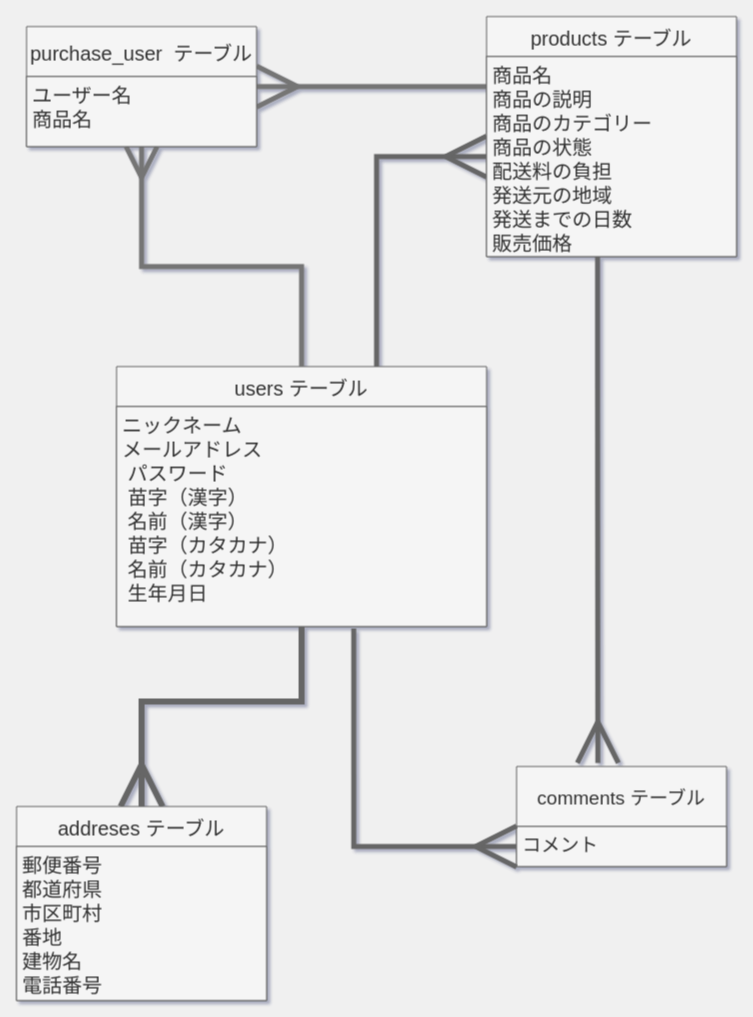
Earlier version of the draw.io diagram furima.dio (bhwi0015/furima-35725). Source tidied: cells renumbered, new cells numbered last; positions are measured from the earlier drawing's top-left corner, leaving out a move shared by most shapes. Both pictures are drawn from the tidied source at 100%, with x=0, y=0 at pixel (16, 16).
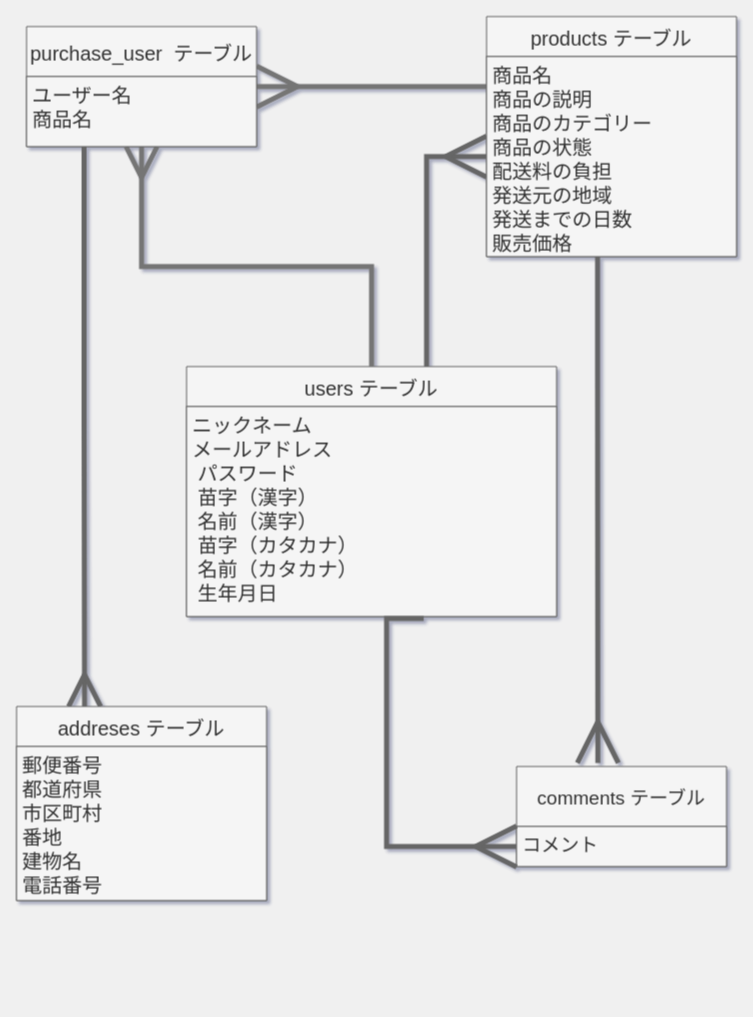
The same page after the edit.

Unchanged cells that the change refers to:
```xml
<mxCell id="10" value="商品名&#10;商品の説明 &#10;商品のカテゴリー&#10;商品の状態&#10;配送料の負担&#10;発送元の地域&#10;発送までの日数&#10;販売価格" style="text;strokeColor=#666666;fillColor=#f5f5f5;spacingLeft=4;spacingRight=4;overflow=hidden;points=[[0,0.5],[1,0.5]];portConstraint=eastwest;fontSize=20;fontColor=#333333;" parent="9" vertex="1">
  <mxGeometry y="40" width="250" height="200" as="geometry" />
</mxCell>
<mxCell id="12" value="コメント" style="text;strokeColor=#666666;fillColor=#f5f5f5;spacingLeft=4;spacingRight=4;overflow=hidden;points=[[0,0.5],[1,0.5]];portConstraint=eastwest;fontSize=19;fontColor=#333333;" parent="11" vertex="1">
  <mxGeometry y="60" width="210" height="40" as="geometry" />
</mxCell>
<mxCell id="14" value="purchase_user  テーブル" style="swimlane;fontStyle=0;horizontal=1;startSize=50;align=center;fontSize=20;fillColor=#f5f5f5;strokeColor=#666666;fontColor=#333333;" parent="1" vertex="1">
  <mxGeometry x="10" y="10" width="230" height="120" as="geometry" />
</mxCell>
```

Diff of the diagram source:
```diff
@@
     <mxCell id="2" style="edgeStyle=orthogonalEdgeStyle;rounded=0;jettySize=auto;html=1;entryX=0;entryY=0.5;entryDx=0;entryDy=0;endArrow=ERmany;endFill=0;endSize=35;fontSize=20;fillColor=#f5f5f5;strokeColor=#666666;strokeWidth=5;" parent="1" edge="1" source="4" target="10">
       <mxGeometry relative="1" as="geometry">
         <Array as="points">
-          <mxPoint x="360" y="140" />
+          <mxPoint x="410" y="140" />
         </Array>
       </mxGeometry>
     </mxCell>
-    <mxCell id="3" style="edgeStyle=orthogonalEdgeStyle;rounded=0;jettySize=auto;html=1;entryX=0.5;entryY=0;entryDx=0;entryDy=0;endArrow=ERmany;endFill=0;endSize=35;fontSize=20;fillColor=#f5f5f5;strokeColor=#666666;strokeWidth=6;" parent="1" edge="1" source="4" target="16">
-      <mxGeometry relative="1" as="geometry" />
-    </mxCell>
     <mxCell id="4" value="users テーブル" style="swimlane;fontStyle=0;horizontal=1;startSize=40;align=center;fontSize=20;fillColor=#f5f5f5;strokeColor=#666666;fontColor=#333333;" parent="1" vertex="1">
-      <mxGeometry x="100" y="350" width="370" height="260" as="geometry" />
+      <mxGeometry x="170" y="350" width="370" height="250" as="geometry" />
     </mxCell>
@@
     <mxCell id="6" value="ニックネーム &#10;メールアドレス&#10; パスワード&#10; 苗字（漢字）&#10; 名前（漢字）&#10; 苗字（カタカナ） &#10; 名前（カタカナ）&#10; 生年月日" style="text;strokeColor=#666666;fillColor=#f5f5f5;spacingLeft=4;spacingRight=4;overflow=hidden;points=[[0,0.5],[1,0.5]];portConstraint=eastwest;fontSize=20;fontColor=#333333;" parent="4" vertex="1">
-      <mxGeometry y="40" width="370" height="220" as="geometry" />
+      <mxGeometry y="40" width="370" height="210" as="geometry" />
     </mxCell>
@@
+    <mxCell id="19" style="edgeStyle=orthogonalEdgeStyle;rounded=0;jettySize=auto;html=1;exitX=0.25;exitY=1;exitDx=0;exitDy=0;startArrow=none;startFill=0;startSize=25;endArrow=ERmany;endFill=0;endSize=26;strokeColor=#666666;strokeWidth=5;fontSize=20;entryX=0.272;entryY=0;entryDx=0;entryDy=0;entryPerimeter=0;" parent="1" edge="1" source="14" target="16">
+      <mxGeometry relative="1" as="geometry" />
+    </mxCell>
@@
     <mxCell id="16" value="addreses テーブル" style="swimlane;fontStyle=0;horizontal=1;startSize=40;align=center;fontSize=20;fillColor=#f5f5f5;strokeColor=#666666;fontColor=#333333;" parent="1" vertex="1">
-      <mxGeometry y="790" width="250" height="194" as="geometry" />
+      <mxGeometry y="690" width="250" height="194" as="geometry" />
     </mxCell>
@@
     <mxCell id="18" style="edgeStyle=orthogonalEdgeStyle;rounded=0;jettySize=auto;html=1;endArrow=ERmany;endFill=0;endSize=35;fontSize=20;exitX=0.641;exitY=1.009;exitDx=0;exitDy=0;exitPerimeter=0;entryX=0;entryY=0.5;entryDx=0;entryDy=0;fillColor=#f5f5f5;strokeColor=#666666;strokeWidth=5;" parent="1" edge="1" source="6" target="12">
       <mxGeometry relative="1" as="geometry">
         <Array as="points">
-          <mxPoint x="337" y="830" />
+          <mxPoint x="370" y="602" />
+          <mxPoint x="370" y="830" />
         </Array>
       </mxGeometry>
     </mxCell>
```
